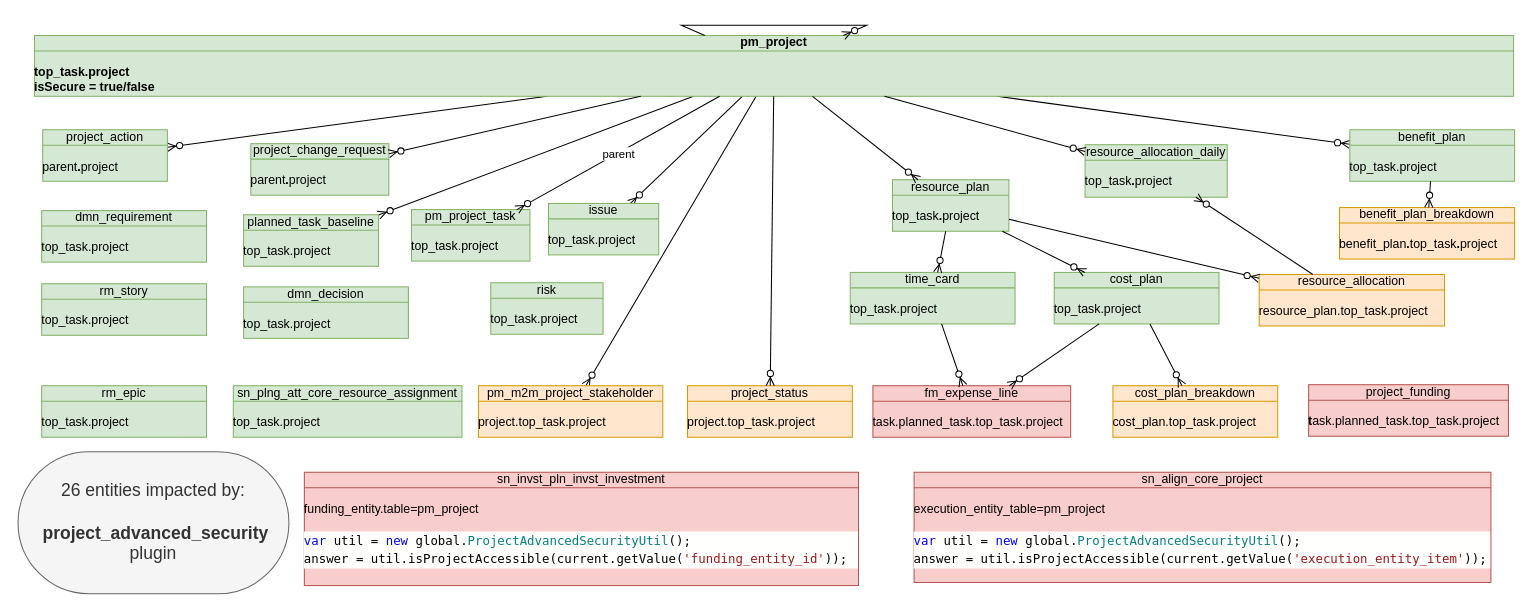
Above: page "plugin" (15 of 21) of Sar.drawio in algimas/tmp (draw.io), before the change. Source tidied: cells renumbered, new cells numbered last; positions are measured from the earlier drawing's top-left corner, leaving out a move shared by most shapes. Both pictures are drawn from the tidied source at 103%, with x=0, y=0 at pixel (18, 25).
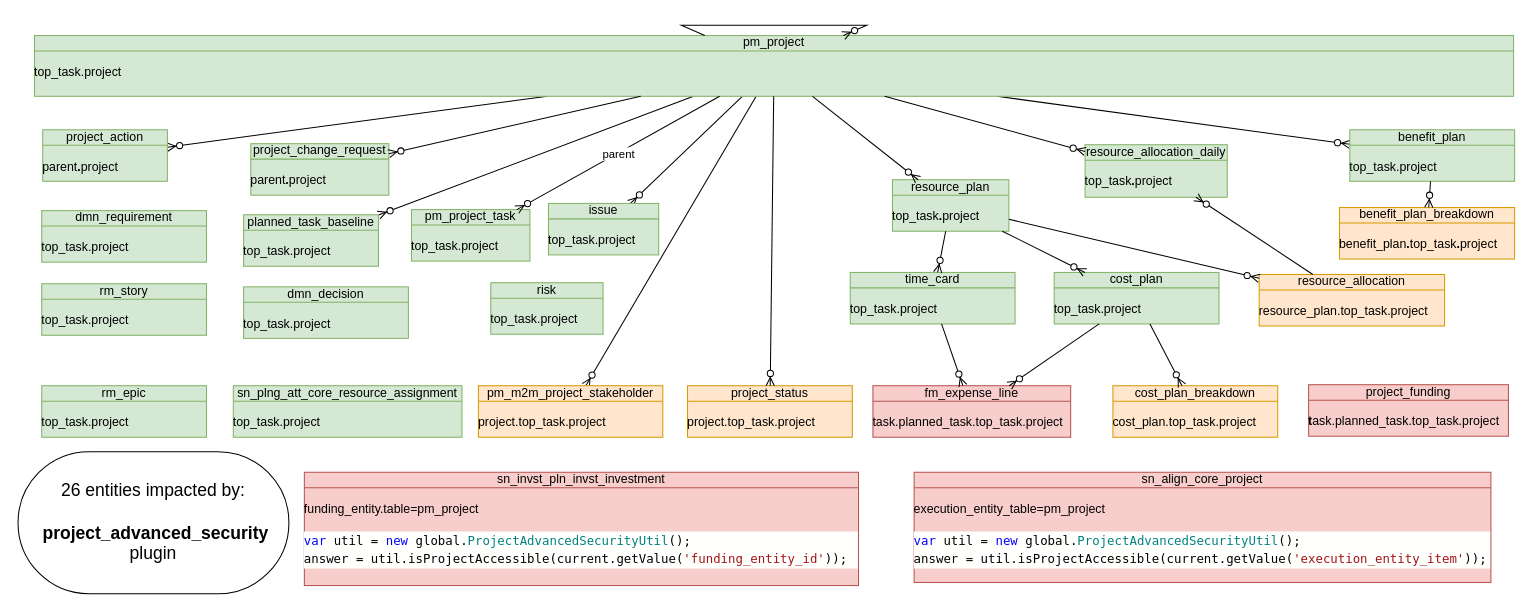
The same diagram, later.

Change to the diagram source:
```diff
@@
-    <mxCell id="7" value="&lt;div&gt;pm_project&lt;/div&gt;&lt;div&gt;&lt;br&gt;&lt;/div&gt;&lt;div align=&quot;left&quot;&gt;top_task.project&lt;/div&gt;&lt;div align=&quot;left&quot;&gt;isSecure = true/false&lt;/div&gt;" style="html=1;outlineConnect=0;whiteSpace=wrap;fillColor=#d5e8d4;shape=mxgraph.archimate3.businessObject;overflow=fill;strokeColor=#82b366;fontStyle=1;" parent="1" vertex="1">
+    <mxCell id="7" value="&lt;div&gt;&lt;span style=&quot;font-weight: normal;&quot;&gt;pm_project&lt;/span&gt;&lt;/div&gt;&lt;div&gt;&lt;span style=&quot;font-weight: normal;&quot;&gt;&lt;br&gt;&lt;/span&gt;&lt;/div&gt;&lt;div align=&quot;left&quot;&gt;&lt;span style=&quot;font-weight: normal;&quot;&gt;top_task.project&lt;/span&gt;&lt;/div&gt;" style="html=1;outlineConnect=0;whiteSpace=wrap;fillColor=#d5e8d4;shape=mxgraph.archimate3.businessObject;overflow=fill;strokeColor=#82b366;fontStyle=1;" parent="1" vertex="1">
       <mxGeometry x="16" y="10" width="1436" height="59" as="geometry" />
     </mxCell>
@@
-    <mxCell id="48" value="&lt;div&gt;&lt;br&gt;&lt;/div&gt;&lt;div&gt;26 entities impacted by:&lt;/div&gt;&lt;div&gt;&lt;br&gt;&lt;/div&gt;&lt;div&gt;&amp;nbsp;&lt;b&gt;project_advanced_security&lt;/b&gt;&lt;/div&gt;&lt;div&gt;plugin&lt;/div&gt;&lt;div&gt;&lt;br&gt;&lt;/div&gt;" style="whiteSpace=wrap;html=1;rounded=1;arcSize=50;align=center;verticalAlign=middle;strokeWidth=1;spacing=4;newEdgeStyle={&quot;edgeStyle&quot;:&quot;entityRelationEdgeStyle&quot;,&quot;startArrow&quot;:&quot;none&quot;,&quot;endArrow&quot;:&quot;none&quot;,&quot;segment&quot;:10,&quot;curved&quot;:1,&quot;sourcePerimeterSpacing&quot;:0,&quot;targetPerimeterSpacing&quot;:0};fillColor=#f5f5f5;strokeColor=#666666;fontColor=#333333;fontSize=17;" parent="1" vertex="1">
+    <mxCell id="48" value="&lt;div&gt;&lt;br&gt;&lt;/div&gt;&lt;div&gt;26 entities impacted by:&lt;/div&gt;&lt;div&gt;&lt;br&gt;&lt;/div&gt;&lt;div&gt;&amp;nbsp;&lt;b&gt;project_advanced_security&lt;/b&gt;&lt;/div&gt;&lt;div&gt;plugin&lt;/div&gt;&lt;div&gt;&lt;br&gt;&lt;/div&gt;" style="whiteSpace=wrap;html=1;rounded=1;arcSize=50;align=center;verticalAlign=middle;strokeWidth=1;spacing=4;newEdgeStyle={&quot;edgeStyle&quot;:&quot;entityRelationEdgeStyle&quot;,&quot;startArrow&quot;:&quot;none&quot;,&quot;endArrow&quot;:&quot;none&quot;,&quot;segment&quot;:10,&quot;curved&quot;:1,&quot;sourcePerimeterSpacing&quot;:0,&quot;targetPerimeterSpacing&quot;:0};fontSize=17;" parent="1" vertex="1">
       <mxGeometry y="414" width="263" height="138" as="geometry" />
     </mxCell>
```
